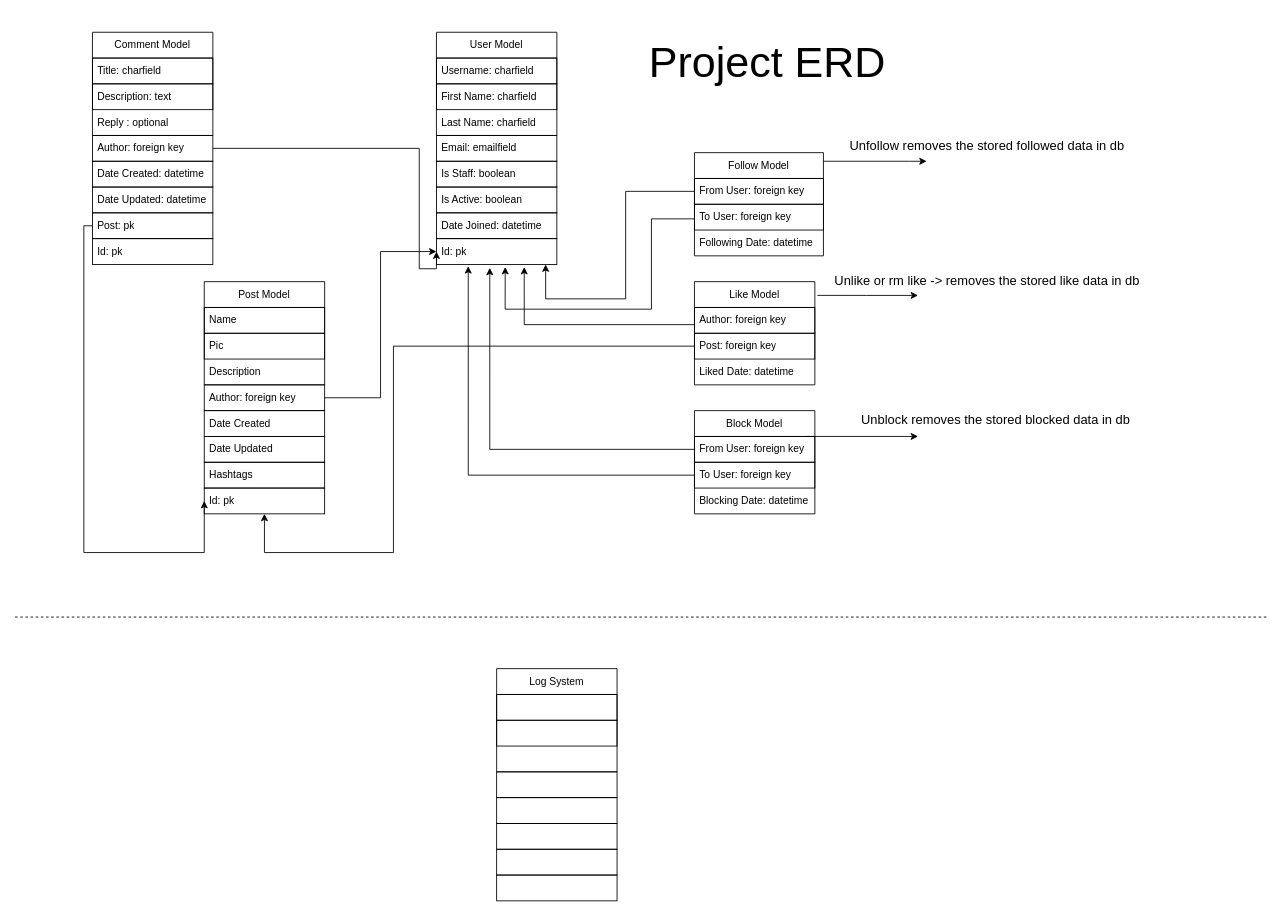
m-hasan-2004/twitter_clone keeps this draw.io diagram as erd.drawio. Above is the earlier version. Source tidied: cells renumbered, new cells numbered last; positions are measured from the earlier drawing's top-left corner, leaving out a move shared by most shapes. Both pictures are drawn from the tidied source at 86%, with x=0, y=0 at pixel (15, 15).
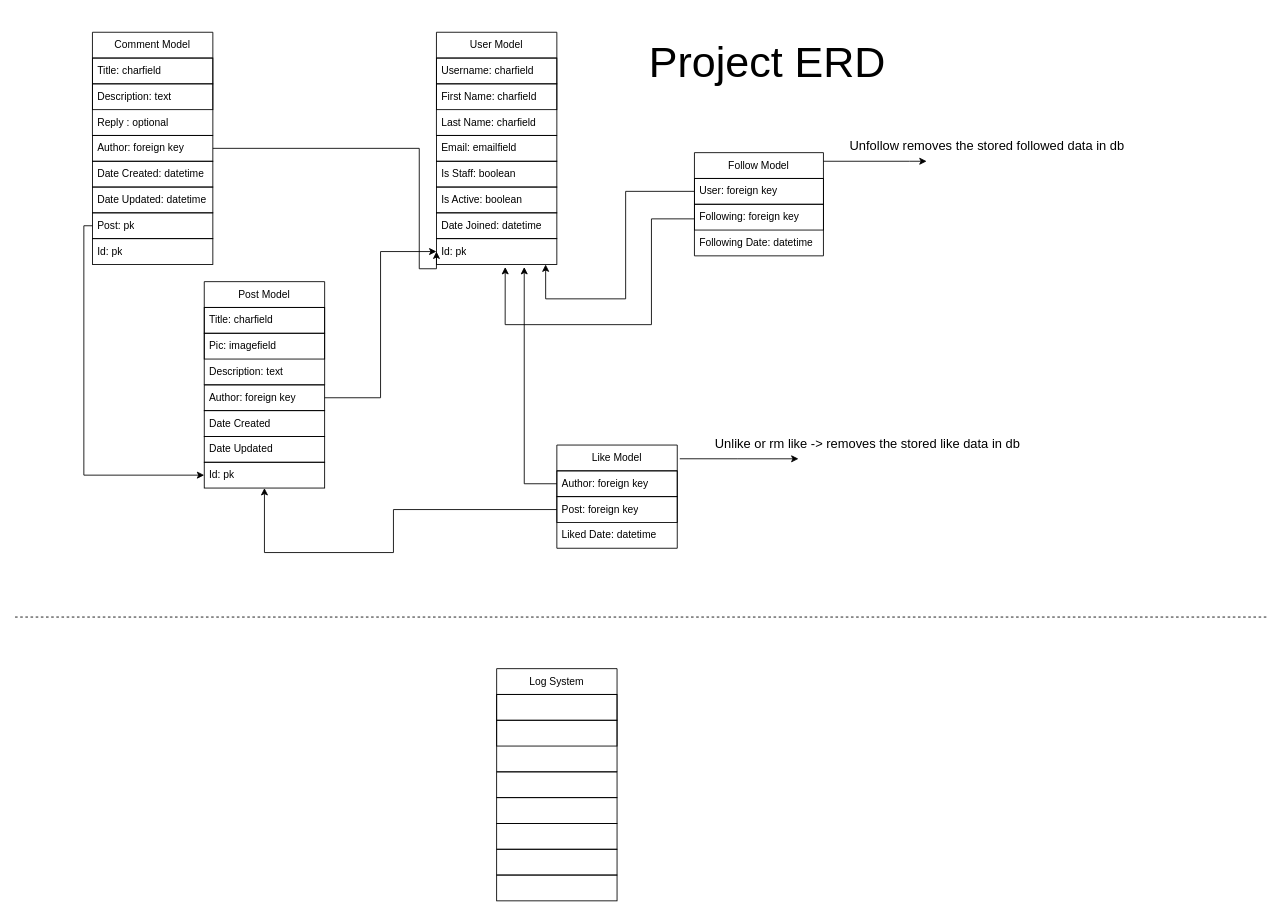
After the change.

Unchanged cells that the change refers to:
```xml
<mxCell id="3" style="group;" parent="1" vertex="1">
  <mxGeometry x="790" y="160" width="150" height="120" as="geometry" />
</mxCell>
<mxCell id="11" value="Like Model" style="swimlane;fontStyle=0;horizontal=1;startSize=30;whiteSpace=wrap;html=1;" parent="10" vertex="1">
  <mxGeometry width="140" height="120" as="geometry" />
</mxCell>
<mxCell id="12" value="Author: foreign key" style="text;strokeColor=default;fillColor=none;align=left;verticalAlign=middle;spacingLeft=4;spacingRight=4;overflow=hidden;points=[[0,0.5],[1,0.5]];portConstraint=eastwest;whiteSpace=wrap;html=1;" parent="10" vertex="1">
  <mxGeometry y="30" width="140" height="30" as="geometry" />
</mxCell>
<mxCell id="13" value="Post: foreign key" style="text;strokeColor=default;fillColor=none;align=left;verticalAlign=middle;spacingLeft=4;spacingRight=4;overflow=hidden;points=[[0,0.5],[1,0.5]];portConstraint=eastwest;whiteSpace=wrap;html=1;" parent="10" vertex="1">
  <mxGeometry y="60" width="140" height="30" as="geometry" />
</mxCell>
<mxCell id="31" value="Post: pk" style="text;align=left;verticalAlign=middle;spacingLeft=4;spacingRight=4;overflow=hidden;points=[[0,0.5],[1,0.5]];portConstraint=eastwest;whiteSpace=wrap;html=1;shadow=0;rounded=0;strokeWidth=1;strokeColor=default;" parent="23" vertex="1">
  <mxGeometry y="210" width="140" height="30" as="geometry" />
</mxCell>
<mxCell id="44" value="Id: pk" style="text;align=left;verticalAlign=middle;spacingLeft=4;spacingRight=4;overflow=hidden;points=[[0,0.5],[1,0.5]];portConstraint=eastwest;whiteSpace=wrap;html=1;shadow=0;rounded=0;strokeWidth=1;strokeColor=default;" parent="34" vertex="1">
  <mxGeometry y="240" width="140" height="30" as="geometry" />
</mxCell>
```

What changed in the source:
```diff
@@
-    <mxCell id="5" value="From User: foreign key" style="text;strokeColor=default;fillColor=none;align=left;verticalAlign=middle;spacingLeft=4;spacingRight=4;overflow=hidden;points=[[0,0.5],[1,0.5]];portConstraint=eastwest;whiteSpace=wrap;html=1;" parent="3" vertex="1">
+    <mxCell id="5" value="User: foreign key" style="text;strokeColor=default;fillColor=none;align=left;verticalAlign=middle;spacingLeft=4;spacingRight=4;overflow=hidden;points=[[0,0.5],[1,0.5]];portConstraint=eastwest;whiteSpace=wrap;html=1;" parent="3" vertex="1">
       <mxGeometry y="30" width="150" height="30" as="geometry" />
     </mxCell>
-    <mxCell id="6" value="To User: foreign key" style="text;strokeColor=default;fillColor=none;align=left;verticalAlign=middle;spacingLeft=4;spacingRight=4;overflow=hidden;whiteSpace=wrap;html=1;" parent="3" vertex="1">
+    <mxCell id="6" value="Following: foreign key" style="text;strokeColor=default;fillColor=none;align=left;verticalAlign=middle;spacingLeft=4;spacingRight=4;overflow=hidden;whiteSpace=wrap;html=1;" parent="3" vertex="1">
       <mxGeometry y="60" width="150" height="30" as="geometry" />
     </mxCell>
@@
     <mxCell id="10" style="group;" parent="1" vertex="1">
-      <mxGeometry x="790" y="310" width="140" height="120" as="geometry" />
+      <mxGeometry x="630" y="500" width="140" height="120" as="geometry" />
     </mxCell>
@@
-    <mxCell id="15" style="group;" parent="1" vertex="1">
-      <mxGeometry x="790" y="460" width="140" height="120" as="geometry" />
-    </mxCell>
-    <mxCell id="16" value="Block Model" style="swimlane;fontStyle=0;horizontal=1;startSize=30;whiteSpace=wrap;html=1;" parent="15" vertex="1">
-      <mxGeometry width="140" height="120" as="geometry" />
-    </mxCell>
-    <mxCell id="17" value="From User: foreign key" style="text;strokeColor=default;fillColor=none;align=left;verticalAlign=middle;spacingLeft=4;spacingRight=4;overflow=hidden;points=[[0,0.5],[1,0.5]];portConstraint=eastwest;whiteSpace=wrap;html=1;" parent="15" vertex="1">
-      <mxGeometry y="30" width="140" height="30" as="geometry" />
-    </mxCell>
-    <mxCell id="18" value="To User: foreign key" style="text;strokeColor=default;fillColor=none;align=left;verticalAlign=middle;spacingLeft=4;spacingRight=4;overflow=hidden;points=[[0,0.5],[1,0.5]];portConstraint=eastwest;whiteSpace=wrap;html=1;" parent="15" vertex="1">
-      <mxGeometry y="60" width="140" height="30" as="geometry" />
-    </mxCell>
-    <mxCell id="19" value="Blocking&lt;span style=&quot;background-color: initial;&quot;&gt;&amp;nbsp;Date: datetime&lt;/span&gt;" style="text;strokeColor=none;fillColor=none;align=left;verticalAlign=middle;spacingLeft=4;spacingRight=4;overflow=hidden;whiteSpace=wrap;html=1;" parent="15" vertex="1">
-      <mxGeometry y="90" width="140" height="30" as="geometry" />
-    </mxCell>
     <mxCell id="20" value="&lt;span style=&quot;color: rgb(0, 0, 0); font-family: Helvetica; font-size: 15px; font-style: normal; font-variant-ligatures: normal; font-variant-caps: normal; font-weight: 400; letter-spacing: normal; orphans: 2; text-align: center; text-indent: 0px; text-transform: none; widows: 2; word-spacing: 0px; -webkit-text-stroke-width: 0px; white-space: nowrap; background-color: rgb(255, 255, 255); text-decoration-thickness: initial; text-decoration-style: initial; text-decoration-color: initial; display: inline !important; float: none;&quot;&gt;Unlike or rm like -&amp;gt; removes the stored like data in db&lt;/span&gt;" style="edgeStyle=orthogonalEdgeStyle;rounded=0;jettySize=auto;html=1;exitX=1.021;exitY=0.133;exitDx=0;exitDy=0;exitPerimeter=0;" parent="1" edge="1" source="11">
       <mxGeometry x="1" y="82" relative="1" as="geometry">
-        <mxPoint x="1050" y="326" as="targetPoint" />
+        <mxPoint x="911" y="516" as="targetPoint" />
         <mxPoint x="80" y="64" as="offset" />
       </mxGeometry>
     </mxCell>
-    <mxCell id="21" value="&lt;span style=&quot;color: rgb(0, 0, 0); font-family: Helvetica; font-size: 15px; font-style: normal; font-variant-ligatures: normal; font-variant-caps: normal; font-weight: 400; letter-spacing: normal; orphans: 2; text-align: center; text-indent: 0px; text-transform: none; widows: 2; word-spacing: 0px; -webkit-text-stroke-width: 0px; white-space: nowrap; background-color: rgb(255, 255, 255); text-decoration-thickness: initial; text-decoration-style: initial; text-decoration-color: initial; display: inline !important; float: none;&quot;&gt;Unblock removes the stored blocked data in db&lt;/span&gt;" style="edgeStyle=orthogonalEdgeStyle;rounded=0;orthogonalLoop=1;jettySize=auto;html=1;" parent="1" edge="1">
-      <mxGeometry x="1" y="92" relative="1" as="geometry">
-        <mxPoint x="920" y="490" as="sourcePoint" />
-        <mxPoint x="1050" y="490" as="targetPoint" />
-        <mxPoint x="90" y="72" as="offset" />
-      </mxGeometry>
-    </mxCell>
@@
     <mxCell id="33" style="edgeStyle=orthogonalEdgeStyle;rounded=0;jettySize=auto;html=1;entryX=0;entryY=0.5;entryDx=0;entryDy=0;exitX=0;exitY=0.5;exitDx=0;exitDy=0;" parent="1" edge="1" source="31" target="55">
       <mxGeometry relative="1" as="geometry">
         <Array as="points">
           <mxPoint x="80" y="245" />
-          <mxPoint x="80" y="625" />
+          <mxPoint x="80" y="535" />
         </Array>
       </mxGeometry>
     </mxCell>
@@
-    <mxCell id="45" style="group;" parent="1" vertex="1">
-      <mxGeometry x="220" y="310" width="140" height="270" as="geometry" />
-    </mxCell>
-    <mxCell id="46" style="group;" parent="45" vertex="1">
-      <mxGeometry width="140" height="240" as="geometry" />
-    </mxCell>
-    <mxCell id="47" value="Post Model" style="swimlane;fontStyle=0;horizontal=1;startSize=30;whiteSpace=wrap;html=1;" parent="46" vertex="1">
-      <mxGeometry width="140" height="120" as="geometry" />
-    </mxCell>
-    <mxCell id="48" value="Author: foreign key" style="text;align=left;verticalAlign=middle;spacingLeft=4;spacingRight=4;overflow=hidden;points=[[0,0.5],[1,0.5]];portConstraint=eastwest;whiteSpace=wrap;html=1;shadow=0;rounded=0;strokeWidth=1;strokeColor=default;" parent="46" vertex="1">
-      <mxGeometry y="120" width="140" height="30" as="geometry" />
-    </mxCell>
-    <mxCell id="49" value="Date Created" style="text;align=left;verticalAlign=middle;spacingLeft=4;spacingRight=4;overflow=hidden;whiteSpace=wrap;html=1;shadow=0;rounded=0;strokeWidth=1;strokeColor=default;" parent="46" vertex="1">
-      <mxGeometry y="150" width="140" height="30" as="geometry" />
-    </mxCell>
-    <mxCell id="50" value="Date Updated" style="text;align=left;verticalAlign=middle;spacingLeft=4;spacingRight=4;overflow=hidden;whiteSpace=wrap;html=1;shadow=0;rounded=0;strokeWidth=1;strokeColor=default;" parent="46" vertex="1">
-      <mxGeometry y="180" width="140" height="30" as="geometry" />
-    </mxCell>
-    <mxCell id="51" value="&lt;span style=&quot;color: rgb(0, 0, 0); font-family: Helvetica; font-size: 12px; font-style: normal; font-variant-ligatures: normal; font-variant-caps: normal; font-weight: 400; letter-spacing: normal; orphans: 2; text-align: left; text-indent: 0px; text-transform: none; widows: 2; word-spacing: 0px; -webkit-text-stroke-width: 0px; white-space: normal; background-color: rgb(251, 251, 251); text-decoration-thickness: initial; text-decoration-style: initial; text-decoration-color: initial; display: inline !important; float: none;&quot;&gt;Hashtags&lt;/span&gt;" style="text;align=left;verticalAlign=middle;spacingLeft=4;spacingRight=4;overflow=hidden;whiteSpace=wrap;html=1;shadow=0;rounded=0;strokeWidth=1;strokeColor=default;" parent="46" vertex="1">
-      <mxGeometry y="210" width="140" height="30" as="geometry" />
-    </mxCell>
-    <mxCell id="52" value="Name" style="text;strokeColor=default;fillColor=none;align=left;verticalAlign=middle;spacingLeft=4;spacingRight=4;overflow=hidden;whiteSpace=wrap;html=1;" parent="46" vertex="1">
-      <mxGeometry y="30" width="140" height="30" as="geometry" />
-    </mxCell>
-    <mxCell id="53" value="Pic" style="text;strokeColor=default;fillColor=none;align=left;verticalAlign=middle;spacingLeft=4;spacingRight=4;overflow=hidden;whiteSpace=wrap;html=1;" parent="46" vertex="1">
-      <mxGeometry y="60" width="140" height="30" as="geometry" />
-    </mxCell>
-    <mxCell id="54" value="Description" style="text;strokeColor=none;fillColor=none;align=left;verticalAlign=middle;spacingLeft=4;spacingRight=4;overflow=hidden;whiteSpace=wrap;html=1;" parent="46" vertex="1">
-      <mxGeometry y="90" width="140" height="30" as="geometry" />
-    </mxCell>
-    <mxCell id="55" value="Id: pk" style="text;align=left;verticalAlign=middle;spacingLeft=4;spacingRight=4;overflow=hidden;points=[[0,0.5],[1,0.5]];portConstraint=eastwest;whiteSpace=wrap;html=1;shadow=0;rounded=0;strokeWidth=1;strokeColor=default;" parent="45" vertex="1">
-      <mxGeometry y="240" width="140" height="30" as="geometry" />
-    </mxCell>
@@
     <mxCell id="59" style="edgeStyle=orthogonalEdgeStyle;rounded=0;jettySize=auto;html=1;entryX=0.571;entryY=1.1;entryDx=0;entryDy=0;entryPerimeter=0;" parent="1" edge="1" target="44">
       <mxGeometry relative="1" as="geometry">
         <mxPoint x="790" y="237" as="sourcePoint" />
         <Array as="points">
           <mxPoint x="740" y="237" />
-          <mxPoint x="740" y="342" />
-          <mxPoint x="570" y="342" />
+          <mxPoint x="740" y="360" />
+          <mxPoint x="570" y="360" />
         </Array>
       </mxGeometry>
     </mxCell>
     <mxCell id="60" style="edgeStyle=orthogonalEdgeStyle;rounded=0;jettySize=auto;html=1;entryX=0.729;entryY=1.1;entryDx=0;entryDy=0;entryPerimeter=0;" parent="1" edge="1" source="12" target="44">
       <mxGeometry relative="1" as="geometry">
         <Array as="points">
-          <mxPoint x="592" y="360" />
+          <mxPoint x="592" y="545" />
         </Array>
       </mxGeometry>
     </mxCell>
     <mxCell id="61" style="edgeStyle=orthogonalEdgeStyle;rounded=0;jettySize=auto;html=1;" parent="1" edge="1" source="13" target="55">
       <mxGeometry relative="1" as="geometry">
         <Array as="points">
-          <mxPoint x="440" y="385" />
+          <mxPoint x="440" y="575" />
           <mxPoint x="440" y="625" />
+          <mxPoint x="290" y="625" />
         </Array>
       </mxGeometry>
     </mxCell>
-    <mxCell id="62" style="edgeStyle=orthogonalEdgeStyle;rounded=0;jettySize=auto;html=1;entryX=0.443;entryY=1.133;entryDx=0;entryDy=0;entryPerimeter=0;" parent="1" edge="1" source="17" target="44">
-      <mxGeometry relative="1" as="geometry">
-        <Array as="points">
-          <mxPoint x="552" y="505" />
-        </Array>
-      </mxGeometry>
-    </mxCell>
-    <mxCell id="63" style="edgeStyle=orthogonalEdgeStyle;rounded=0;jettySize=auto;html=1;entryX=0.264;entryY=1.067;entryDx=0;entryDy=0;entryPerimeter=0;" parent="1" edge="1" source="18" target="44">
-      <mxGeometry relative="1" as="geometry">
-        <Array as="points">
-          <mxPoint x="527" y="535" />
-        </Array>
-      </mxGeometry>
-    </mxCell>
@@
+    <mxCell id="46" style="group;" parent="1" vertex="1">
+      <mxGeometry x="220" y="310" width="140" height="240" as="geometry" />
+    </mxCell>
+    <mxCell id="75" style="group;" parent="46" vertex="1">
+      <mxGeometry width="140" height="240" as="geometry" />
+    </mxCell>
+    <mxCell id="47" value="Post Model" style="swimlane;fontStyle=0;horizontal=1;startSize=30;whiteSpace=wrap;html=1;" parent="75" vertex="1">
+      <mxGeometry width="140" height="120" as="geometry" />
+    </mxCell>
+    <mxCell id="48" value="Author: foreign key" style="text;align=left;verticalAlign=middle;spacingLeft=4;spacingRight=4;overflow=hidden;points=[[0,0.5],[1,0.5]];portConstraint=eastwest;whiteSpace=wrap;html=1;shadow=0;rounded=0;strokeWidth=1;strokeColor=default;" parent="75" vertex="1">
+      <mxGeometry y="120" width="140" height="30" as="geometry" />
+    </mxCell>
+    <mxCell id="49" value="Date Created" style="text;align=left;verticalAlign=middle;spacingLeft=4;spacingRight=4;overflow=hidden;whiteSpace=wrap;html=1;shadow=0;rounded=0;strokeWidth=1;strokeColor=default;" parent="75" vertex="1">
+      <mxGeometry y="150" width="140" height="30" as="geometry" />
+    </mxCell>
+    <mxCell id="50" value="Date Updated" style="text;align=left;verticalAlign=middle;spacingLeft=4;spacingRight=4;overflow=hidden;whiteSpace=wrap;html=1;shadow=0;rounded=0;strokeWidth=1;strokeColor=default;" parent="75" vertex="1">
+      <mxGeometry y="180" width="140" height="30" as="geometry" />
+    </mxCell>
+    <mxCell id="52" value="Title: charfield" style="text;strokeColor=default;fillColor=none;align=left;verticalAlign=middle;spacingLeft=4;spacingRight=4;overflow=hidden;whiteSpace=wrap;html=1;" parent="75" vertex="1">
+      <mxGeometry y="30" width="140" height="30" as="geometry" />
+    </mxCell>
+    <mxCell id="53" value="Pic: imagefield" style="text;strokeColor=default;fillColor=none;align=left;verticalAlign=middle;spacingLeft=4;spacingRight=4;overflow=hidden;whiteSpace=wrap;html=1;" parent="75" vertex="1">
+      <mxGeometry y="60" width="140" height="30" as="geometry" />
+    </mxCell>
+    <mxCell id="54" value="Description: text" style="text;strokeColor=none;fillColor=none;align=left;verticalAlign=middle;spacingLeft=4;spacingRight=4;overflow=hidden;whiteSpace=wrap;html=1;" parent="75" vertex="1">
+      <mxGeometry y="90" width="140" height="30" as="geometry" />
+    </mxCell>
+    <mxCell id="55" value="Id: pk" style="text;align=left;verticalAlign=middle;spacingLeft=4;spacingRight=4;overflow=hidden;points=[[0,0.5],[1,0.5]];portConstraint=eastwest;whiteSpace=wrap;html=1;shadow=0;rounded=0;strokeWidth=1;strokeColor=default;" parent="75" vertex="1">
+      <mxGeometry y="210" width="140" height="30" as="geometry" />
+    </mxCell>
```
